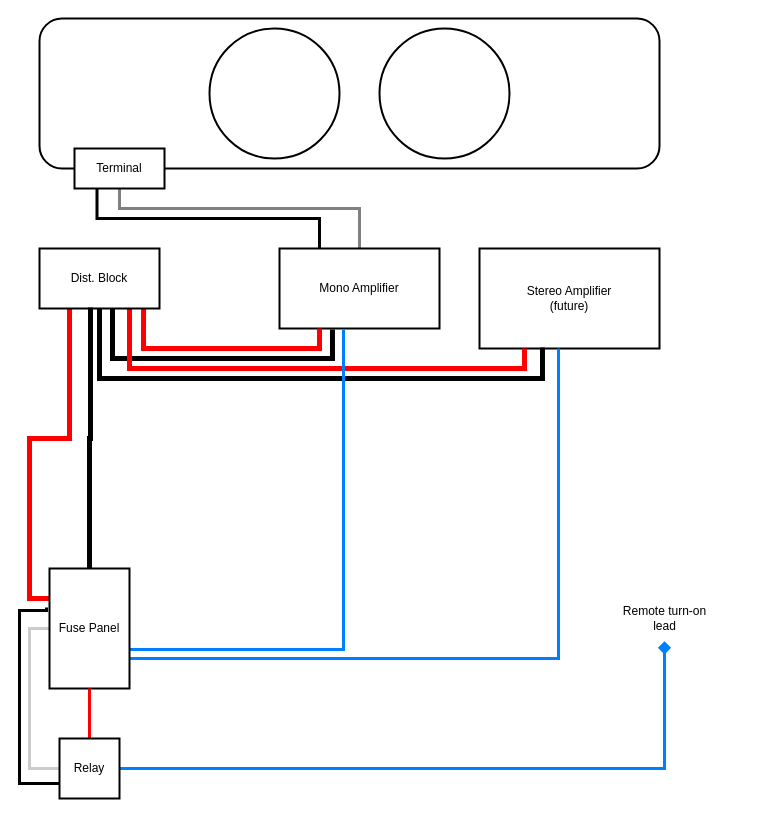
Earlier version of the draw.io diagram Untitled Diagram.drawio (nicholasleblanc/diagrams). Source tidied: cells renumbered, new cells numbered last; positions are measured from the earlier drawing's top-left corner, leaving out a move shared by most shapes. Both pictures are drawn from the tidied source at 100%, with x=0, y=0 at pixel (19, 18).
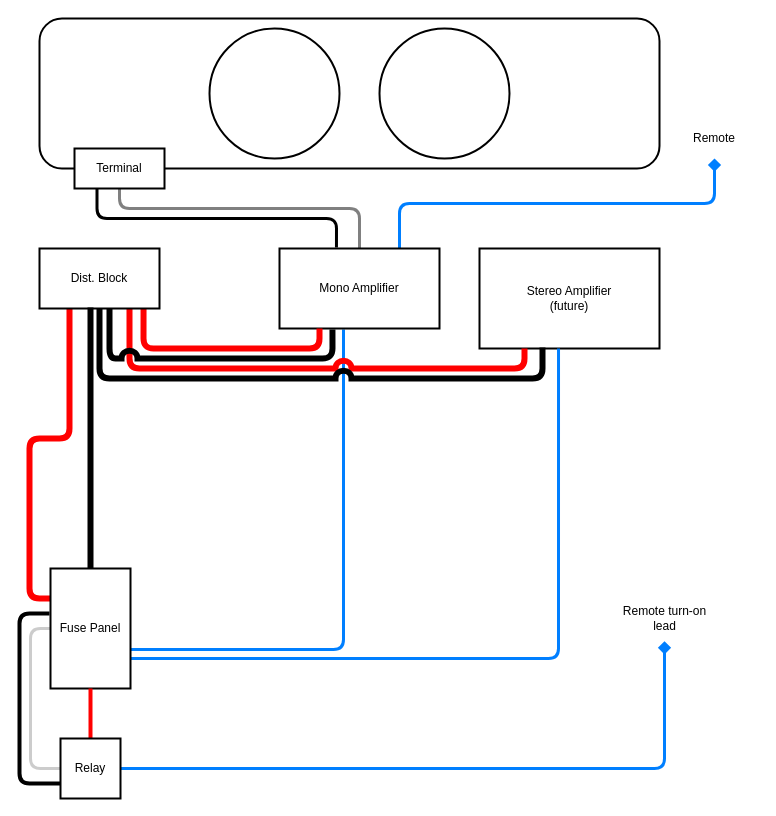
After the change.

The change refers to these unchanged cells:
```xml
<mxCell id="4" value="Mono Amplifier" style="rounded=0;whiteSpace=wrap;html=1;strokeWidth=2;" parent="1" vertex="1">
  <mxGeometry x="260" y="230" width="160" height="80" as="geometry" />
</mxCell>
<mxCell id="5" value="Stereo Amplifier&lt;br&gt;(future)" style="rounded=0;whiteSpace=wrap;html=1;strokeWidth=2;" parent="1" vertex="1">
  <mxGeometry x="460" y="230" width="180" height="100" as="geometry" />
</mxCell>
<mxCell id="11" value="Dist. Block" style="rounded=0;whiteSpace=wrap;html=1;strokeWidth=2;" parent="1" vertex="1">
  <mxGeometry x="20" y="230" width="120" height="60" as="geometry" />
</mxCell>
<mxCell id="21" value="Remote turn-on&lt;br&gt;lead" style="text;html=1;align=center;verticalAlign=middle;points=[];strokeColor=none;fillColor=none;" parent="1" vertex="1">
  <mxGeometry x="590" y="580" width="110" height="40" as="geometry" />
</mxCell>
<mxCell id="23" value="Terminal" style="rounded=0;whiteSpace=wrap;html=1;strokeWidth=2;" parent="1" vertex="1">
  <mxGeometry x="55" y="130" width="90" height="40" as="geometry" />
</mxCell>
```

Change to the diagram source:
```diff
@@
+    <mxCell id="14" style="edgeStyle=orthogonalEdgeStyle;jettySize=auto;html=1;exitX=1;exitY=0.675;exitDx=0;exitDy=0;entryX=0.4;entryY=1.013;entryDx=0;entryDy=0;entryPerimeter=0;strokeColor=#007FFF;strokeWidth=3;endArrow=none;endFill=0;exitPerimeter=0;rounded=1;jumpStyle=arc;" parent="1" edge="1" source="16" target="4">
+      <mxGeometry relative="1" as="geometry" />
+    </mxCell>
-    <mxCell id="2" style="edgeStyle=orthogonalEdgeStyle;rounded=0;jettySize=auto;html=1;exitX=0.25;exitY=0;exitDx=0;exitDy=0;entryX=0.25;entryY=1;entryDx=0;entryDy=0;strokeColor=#000000;strokeWidth=3;endArrow=none;endFill=0;" parent="1" edge="1" source="4" target="23">
+    <mxCell id="2" style="edgeStyle=orthogonalEdgeStyle;rounded=1;jettySize=auto;html=1;exitX=0.356;exitY=-0.012;exitDx=0;exitDy=0;entryX=0.25;entryY=1;entryDx=0;entryDy=0;strokeColor=#000000;strokeWidth=3;endArrow=none;endFill=0;jumpStyle=arc;exitPerimeter=0;" parent="1" edge="1" source="4" target="23">
       <mxGeometry relative="1" as="geometry" />
     </mxCell>
-    <mxCell id="3" style="edgeStyle=orthogonalEdgeStyle;rounded=0;jettySize=auto;html=1;exitX=0.5;exitY=0;exitDx=0;exitDy=0;entryX=0.5;entryY=1;entryDx=0;entryDy=0;strokeColor=#808080;strokeWidth=3;endArrow=none;endFill=0;" parent="1" edge="1" source="4" target="23">
+    <mxCell id="3" style="edgeStyle=orthogonalEdgeStyle;rounded=1;jettySize=auto;html=1;exitX=0.5;exitY=0;exitDx=0;exitDy=0;entryX=0.5;entryY=1;entryDx=0;entryDy=0;strokeColor=#808080;strokeWidth=3;endArrow=none;endFill=0;jumpStyle=arc;" parent="1" edge="1" source="4" target="23">
       <mxGeometry relative="1" as="geometry">
         <Array as="points">
           <mxPoint x="340" y="190" />
           <mxPoint x="100" y="190" />
         </Array>
       </mxGeometry>
     </mxCell>
+    <mxCell id="26" style="edgeStyle=orthogonalEdgeStyle;rounded=1;jumpStyle=arc;jettySize=auto;html=1;exitX=0.75;exitY=0;exitDx=0;exitDy=0;strokeColor=#007FFF;strokeWidth=3;endArrow=diamond;endFill=1;" parent="1" edge="1" source="4" target="27">
+      <mxGeometry relative="1" as="geometry" />
+    </mxCell>
@@
-    <mxCell id="6" style="edgeStyle=orthogonalEdgeStyle;rounded=0;jettySize=auto;html=1;entryX=0.25;entryY=1;entryDx=0;entryDy=0;exitX=0.867;exitY=0.983;exitDx=0;exitDy=0;endArrow=none;endFill=0;strokeWidth=5;strokeColor=#FF0000;exitPerimeter=0;" parent="1" edge="1" source="11" target="4">
+    <mxCell id="6" style="edgeStyle=orthogonalEdgeStyle;jettySize=auto;html=1;entryX=0.25;entryY=1;entryDx=0;entryDy=0;exitX=0.867;exitY=0.983;exitDx=0;exitDy=0;endArrow=none;endFill=0;strokeWidth=6;strokeColor=#FF0000;exitPerimeter=0;rounded=1;jumpStyle=arc;" parent="1" edge="1" source="11" target="4">
       <mxGeometry relative="1" as="geometry" />
     </mxCell>
-    <mxCell id="7" style="edgeStyle=orthogonalEdgeStyle;rounded=0;jettySize=auto;html=1;exitX=0.625;exitY=1;exitDx=0;exitDy=0;entryX=0.331;entryY=1.013;entryDx=0;entryDy=0;entryPerimeter=0;strokeWidth=5;endArrow=none;endFill=0;exitPerimeter=0;" parent="1" edge="1" source="11" target="4">
-      <mxGeometry relative="1" as="geometry">
-        <Array as="points">
-          <mxPoint x="93" y="290" />
-          <mxPoint x="93" y="340" />
-          <mxPoint x="313" y="340" />
-        </Array>
-      </mxGeometry>
-    </mxCell>
-    <mxCell id="8" style="edgeStyle=orthogonalEdgeStyle;rounded=0;jettySize=auto;html=1;exitX=0.75;exitY=1;exitDx=0;exitDy=0;entryX=0.25;entryY=1;entryDx=0;entryDy=0;strokeColor=#FF0000;strokeWidth=5;endArrow=none;endFill=0;" parent="1" edge="1" source="11" target="5">
+    <mxCell id="8" style="edgeStyle=orthogonalEdgeStyle;jettySize=auto;html=1;exitX=0.75;exitY=1;exitDx=0;exitDy=0;entryX=0.25;entryY=1;entryDx=0;entryDy=0;strokeColor=#FF0000;strokeWidth=6;endArrow=none;endFill=0;rounded=1;jumpStyle=arc;" parent="1" edge="1" source="11" target="5">
       <mxGeometry relative="1" as="geometry" />
     </mxCell>
-    <mxCell id="9" style="edgeStyle=orthogonalEdgeStyle;rounded=0;jettySize=auto;html=1;exitX=0.5;exitY=1;exitDx=0;exitDy=0;entryX=0.35;entryY=0.99;entryDx=0;entryDy=0;entryPerimeter=0;strokeColor=#000000;strokeWidth=5;endArrow=none;endFill=0;" parent="1" edge="1" source="11" target="5">
+    <mxCell id="9" style="edgeStyle=orthogonalEdgeStyle;jettySize=auto;html=1;exitX=0.5;exitY=1;exitDx=0;exitDy=0;entryX=0.35;entryY=0.99;entryDx=0;entryDy=0;entryPerimeter=0;strokeColor=#000000;strokeWidth=6;endArrow=none;endFill=0;rounded=1;jumpStyle=arc;" parent="1" edge="1" source="11" target="5">
       <mxGeometry relative="1" as="geometry">
         <Array as="points">
           <mxPoint x="80" y="360" />
           <mxPoint x="523" y="360" />
         </Array>
       </mxGeometry>
     </mxCell>
-    <mxCell id="10" style="edgeStyle=orthogonalEdgeStyle;rounded=0;jettySize=auto;html=1;exitX=0.25;exitY=1;exitDx=0;exitDy=0;entryX=0;entryY=0.25;entryDx=0;entryDy=0;strokeColor=#FF0000;strokeWidth=5;endArrow=none;endFill=0;" parent="1" edge="1" source="11" target="16">
+    <mxCell id="10" style="edgeStyle=orthogonalEdgeStyle;jettySize=auto;html=1;exitX=0.25;exitY=1;exitDx=0;exitDy=0;entryX=0;entryY=0.25;entryDx=0;entryDy=0;strokeColor=#FF0000;strokeWidth=6;endArrow=none;endFill=0;rounded=1;jumpStyle=arc;" parent="1" edge="1" source="11" target="16">
       <mxGeometry relative="1" as="geometry">
         <Array as="points">
           <mxPoint x="50" y="420" />
           <mxPoint x="10" y="420" />
           <mxPoint x="10" y="580" />
         </Array>
       </mxGeometry>
     </mxCell>
@@
-    <mxCell id="12" style="edgeStyle=orthogonalEdgeStyle;rounded=0;jettySize=auto;html=1;exitX=0;exitY=0.5;exitDx=0;exitDy=0;entryX=0;entryY=0.5;entryDx=0;entryDy=0;strokeColor=#CCCCCC;strokeWidth=3;endArrow=none;endFill=0;" parent="1" edge="1" source="16" target="20">
+    <mxCell id="12" style="edgeStyle=orthogonalEdgeStyle;jettySize=auto;html=1;exitX=0;exitY=0.5;exitDx=0;exitDy=0;entryX=0;entryY=0.5;entryDx=0;entryDy=0;strokeColor=#CCCCCC;strokeWidth=3;endArrow=none;endFill=0;rounded=1;jumpStyle=arc;" parent="1" edge="1" source="16" target="20">
       <mxGeometry relative="1" as="geometry" />
     </mxCell>
-    <mxCell id="13" style="edgeStyle=orthogonalEdgeStyle;rounded=0;jettySize=auto;html=1;entryX=0.425;entryY=0.983;entryDx=0;entryDy=0;strokeColor=#000000;strokeWidth=5;endArrow=none;endFill=0;entryPerimeter=0;" parent="1" edge="1" source="16" target="11">
+    <mxCell id="13" style="edgeStyle=orthogonalEdgeStyle;jettySize=auto;html=1;entryX=0.425;entryY=0.983;entryDx=0;entryDy=0;strokeColor=#000000;strokeWidth=6;endArrow=none;endFill=0;entryPerimeter=0;rounded=1;jumpStyle=arc;" parent="1" edge="1" source="16" target="11">
       <mxGeometry relative="1" as="geometry" />
     </mxCell>
-    <mxCell id="14" style="edgeStyle=orthogonalEdgeStyle;rounded=0;jettySize=auto;html=1;exitX=1;exitY=0.675;exitDx=0;exitDy=0;entryX=0.4;entryY=1.013;entryDx=0;entryDy=0;entryPerimeter=0;strokeColor=#007FFF;strokeWidth=3;endArrow=none;endFill=0;exitPerimeter=0;" parent="1" edge="1" source="16" target="4">
-      <mxGeometry relative="1" as="geometry" />
-    </mxCell>
-    <mxCell id="15" style="edgeStyle=orthogonalEdgeStyle;rounded=0;jettySize=auto;html=1;exitX=1;exitY=0.75;exitDx=0;exitDy=0;entryX=0.439;entryY=1;entryDx=0;entryDy=0;entryPerimeter=0;strokeColor=#007FFF;strokeWidth=3;endArrow=none;endFill=0;" parent="1" edge="1" source="16" target="5">
+    <mxCell id="15" style="edgeStyle=orthogonalEdgeStyle;jettySize=auto;html=1;exitX=1;exitY=0.75;exitDx=0;exitDy=0;entryX=0.439;entryY=1;entryDx=0;entryDy=0;entryPerimeter=0;strokeColor=#007FFF;strokeWidth=3;endArrow=none;endFill=0;rounded=1;jumpStyle=arc;" parent="1" edge="1" source="16" target="5">
       <mxGeometry relative="1" as="geometry" />
     </mxCell>
     <mxCell id="16" value="Fuse Panel" style="rounded=0;whiteSpace=wrap;html=1;strokeWidth=2;" parent="1" vertex="1">
-      <mxGeometry x="30" y="550" width="80" height="120" as="geometry" />
+      <mxGeometry x="31" y="550" width="80" height="120" as="geometry" />
     </mxCell>
-    <mxCell id="17" style="edgeStyle=orthogonalEdgeStyle;rounded=0;jettySize=auto;html=1;exitX=0;exitY=0.75;exitDx=0;exitDy=0;strokeColor=#000000;strokeWidth=3;endArrow=none;endFill=0;entryX=-0.037;entryY=0.325;entryDx=0;entryDy=0;entryPerimeter=0;" parent="1" edge="1" source="20" target="16">
+    <mxCell id="17" style="edgeStyle=orthogonalEdgeStyle;jettySize=auto;html=1;exitX=0;exitY=0.75;exitDx=0;exitDy=0;strokeColor=#000000;strokeWidth=4;endArrow=none;endFill=0;rounded=1;jumpStyle=arc;" parent="1" edge="1" source="20">
       <mxGeometry relative="1" as="geometry">
+        <mxPoint x="30" y="595" as="targetPoint" />
         <Array as="points">
           <mxPoint y="765" />
-          <mxPoint y="592" />
-          <mxPoint x="27" y="592" />
+          <mxPoint y="595" />
         </Array>
       </mxGeometry>
     </mxCell>
-    <mxCell id="18" style="edgeStyle=orthogonalEdgeStyle;rounded=0;jettySize=auto;html=1;entryX=0.5;entryY=1;entryDx=0;entryDy=0;strokeColor=#FF0000;strokeWidth=3;endArrow=none;endFill=0;exitX=0.5;exitY=0;exitDx=0;exitDy=0;" parent="1" edge="1" source="20" target="16">
+    <mxCell id="18" style="edgeStyle=orthogonalEdgeStyle;jettySize=auto;html=1;entryX=0.5;entryY=1;entryDx=0;entryDy=0;strokeColor=#FF0000;strokeWidth=4;endArrow=none;endFill=0;exitX=0.5;exitY=0;exitDx=0;exitDy=0;rounded=1;jumpStyle=arc;" parent="1" edge="1" source="20" target="16">
       <mxGeometry relative="1" as="geometry" />
     </mxCell>
-    <mxCell id="19" style="edgeStyle=orthogonalEdgeStyle;rounded=0;jettySize=auto;html=1;exitX=1;exitY=0.5;exitDx=0;exitDy=0;strokeColor=#007FFF;strokeWidth=3;endArrow=diamond;endFill=1;entryX=0.5;entryY=1.067;entryDx=0;entryDy=0;entryPerimeter=0;" parent="1" edge="1" source="20" target="21">
+    <mxCell id="19" style="edgeStyle=orthogonalEdgeStyle;rounded=1;jettySize=auto;html=1;exitX=1;exitY=0.5;exitDx=0;exitDy=0;strokeColor=#007FFF;strokeWidth=3;endArrow=diamond;endFill=1;entryX=0.5;entryY=1.067;entryDx=0;entryDy=0;entryPerimeter=0;jumpStyle=arc;" parent="1" edge="1" source="20" target="21">
       <mxGeometry relative="1" as="geometry" />
     </mxCell>
     <mxCell id="20" value="Relay" style="rounded=0;whiteSpace=wrap;html=1;strokeWidth=2;" parent="1" vertex="1">
-      <mxGeometry x="40" y="720" width="60" height="60" as="geometry" />
+      <mxGeometry x="41" y="720" width="60" height="60" as="geometry" />
     </mxCell>
@@
+    <mxCell id="7" style="edgeStyle=orthogonalEdgeStyle;jettySize=auto;html=1;entryX=0.331;entryY=1.013;entryDx=0;entryDy=0;entryPerimeter=0;strokeWidth=6;endArrow=none;endFill=0;rounded=1;jumpStyle=arc;" parent="1" edge="1" target="4">
+      <mxGeometry relative="1" as="geometry">
+        <mxPoint x="90" y="290" as="sourcePoint" />
+        <Array as="points">
+          <mxPoint x="90" y="340" />
+          <mxPoint x="313" y="340" />
+        </Array>
+      </mxGeometry>
+    </mxCell>
+    <mxCell id="27" value="Remote" style="rounded=0;whiteSpace=wrap;html=1;strokeWidth=2;strokeColor=none;fillColor=none;" parent="1" vertex="1">
+      <mxGeometry x="650" y="100" width="90" height="40" as="geometry" />
+    </mxCell>
```
